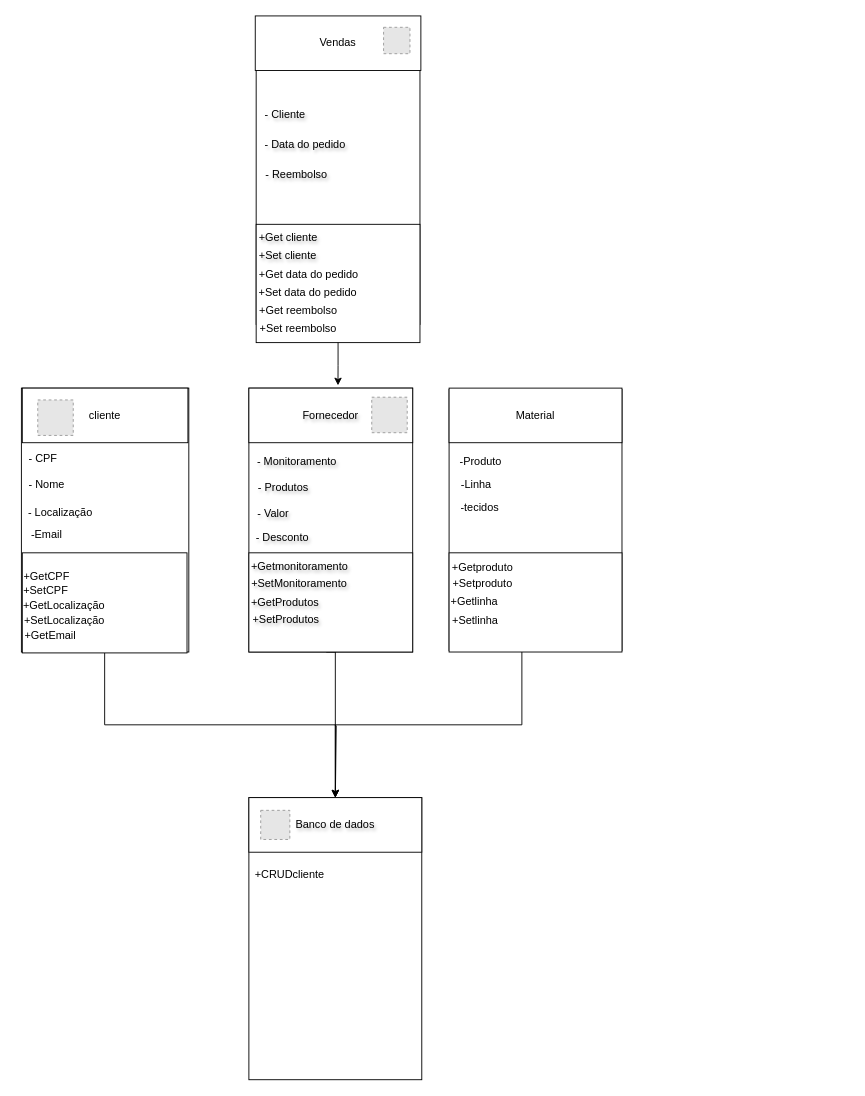
This is DOC/diagram de classe.drawio from lucasmathiasbelini/projeto3, a draw.io file, before an edit. Source tidied: cells renumbered, new cells numbered last; positions are measured from the earlier drawing's top-left corner, leaving out a move shared by most shapes. Both pictures are drawn from the tidied source at 91%, with x=0, y=0 at pixel (15, 15). Pictures stored in the file or linked from it are replaced by grey dashed boxes.
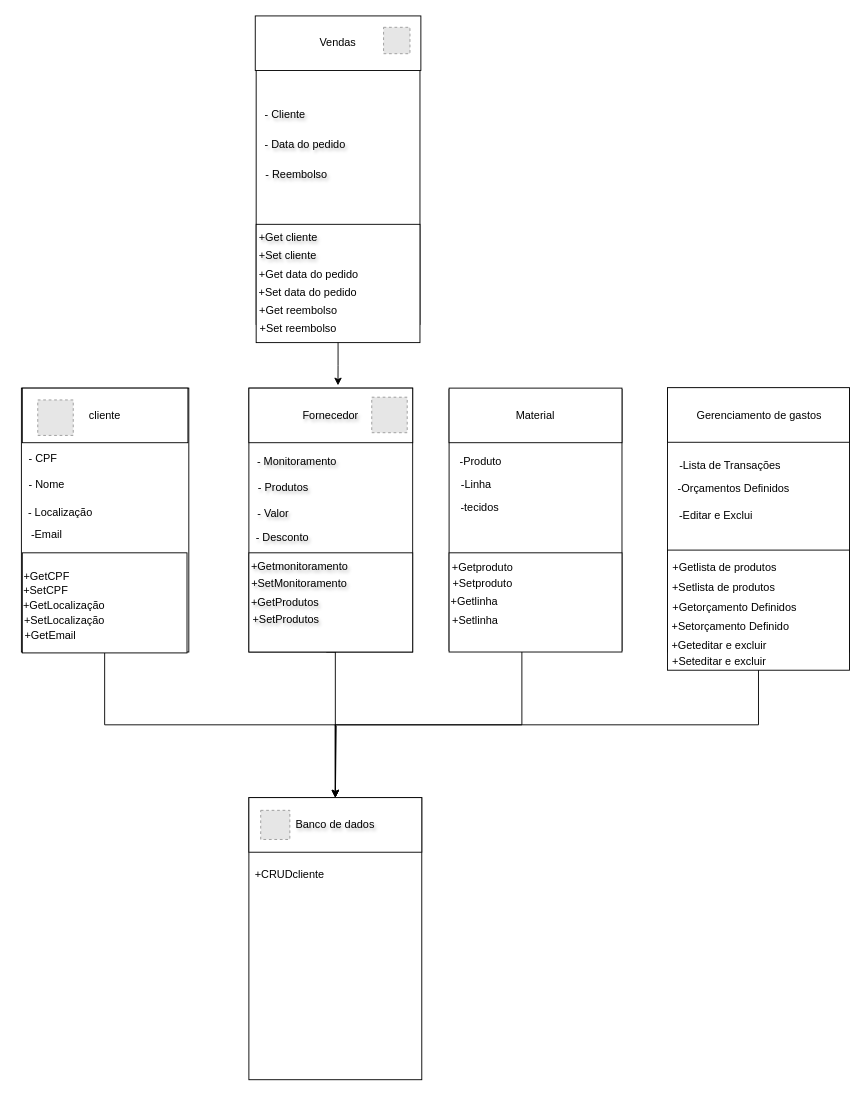
The same diagram, later.

The change refers to these unchanged cells:
```xml
<mxCell id="24" value="Banco de dados" style="rounded=0;whiteSpace=wrap;html=1;textShadow=1;" parent="1" vertex="1">
  <mxGeometry x="256" y="859" width="190" height="60" as="geometry" />
</mxCell>
```

Change to the diagram source:
```diff
@@
+    <mxCell id="58" style="edgeStyle=orthogonalEdgeStyle;rounded=0;jettySize=auto;html=1;entryX=0.5;entryY=0;entryDx=0;entryDy=0;" parent="1" edge="1" source="59" target="24">
+      <mxGeometry relative="1" as="geometry">
+        <Array as="points">
+          <mxPoint x="816" y="779" />
+          <mxPoint x="351" y="779" />
+        </Array>
+      </mxGeometry>
+    </mxCell>
+    <mxCell id="59" style="rounded=0;whiteSpace=wrap;html=1;" parent="1" vertex="1">
+      <mxGeometry x="716" y="409" width="200" height="290" as="geometry" />
+    </mxCell>
+    <mxCell id="60" style="rounded=0;whiteSpace=wrap;html=1;" parent="1" vertex="1">
+      <mxGeometry x="716" y="408.5" width="200" height="60" as="geometry" />
+    </mxCell>
+    <mxCell id="61" value="Gerenciamento de gastos" style="text;html=1;align=center;verticalAlign=middle;whiteSpace=wrap;rounded=0;" parent="1" vertex="1">
+      <mxGeometry x="738" y="424" width="158" height="30" as="geometry" />
+    </mxCell>
+    <mxCell id="62" value="-Lista de Transações" style="text;html=1;align=center;verticalAlign=middle;whiteSpace=wrap;rounded=0;" parent="1" vertex="1">
+      <mxGeometry x="720" y="479" width="130" height="30" as="geometry" />
+    </mxCell>
+    <mxCell id="63" value="-Orçamentos Definidos" style="text;html=1;align=center;verticalAlign=middle;whiteSpace=wrap;rounded=0;" parent="1" vertex="1">
+      <mxGeometry x="717" y="505" width="144" height="30" as="geometry" />
+    </mxCell>
+    <mxCell id="64" value="-Editar e Exclui" style="text;html=1;align=center;verticalAlign=middle;whiteSpace=wrap;rounded=0;" parent="1" vertex="1">
+      <mxGeometry x="708" y="534" width="123" height="30" as="geometry" />
+    </mxCell>
+    <mxCell id="65" style="rounded=0;whiteSpace=wrap;html=1;" parent="1" vertex="1">
+      <mxGeometry x="716" y="587" width="200" height="132" as="geometry" />
+    </mxCell>
+    <mxCell id="66" value="+Getlista de produtos" style="text;html=1;align=center;verticalAlign=middle;whiteSpace=wrap;rounded=0;" parent="1" vertex="1">
+      <mxGeometry x="716" y="591" width="126" height="30" as="geometry" />
+    </mxCell>
+    <mxCell id="67" value="+Setlista de produtos" style="text;html=1;align=center;verticalAlign=middle;whiteSpace=wrap;rounded=0;" parent="1" vertex="1">
+      <mxGeometry x="715" y="613" width="126" height="30" as="geometry" />
+    </mxCell>
+    <mxCell id="68" value="+Getorçamento Definidos" style="text;html=1;align=center;verticalAlign=middle;whiteSpace=wrap;rounded=0;" parent="1" vertex="1">
+      <mxGeometry x="720" y="635" width="140" height="30" as="geometry" />
+    </mxCell>
+    <mxCell id="69" value="+Setorçamento Definido" style="text;html=1;align=center;verticalAlign=middle;whiteSpace=wrap;rounded=0;" parent="1" vertex="1">
+      <mxGeometry x="710" y="656" width="151" height="30" as="geometry" />
+    </mxCell>
+    <mxCell id="70" value="+Geteditar e excluir" style="text;html=1;align=center;verticalAlign=middle;whiteSpace=wrap;rounded=0;" parent="1" vertex="1">
+      <mxGeometry x="709" y="677" width="128" height="30" as="geometry" />
+    </mxCell>
+    <mxCell id="71" value="+Seteditar e excluir" style="text;html=1;align=center;verticalAlign=middle;whiteSpace=wrap;rounded=0;" parent="1" vertex="1">
+      <mxGeometry x="709" y="695" width="128" height="30" as="geometry" />
+    </mxCell>
```
